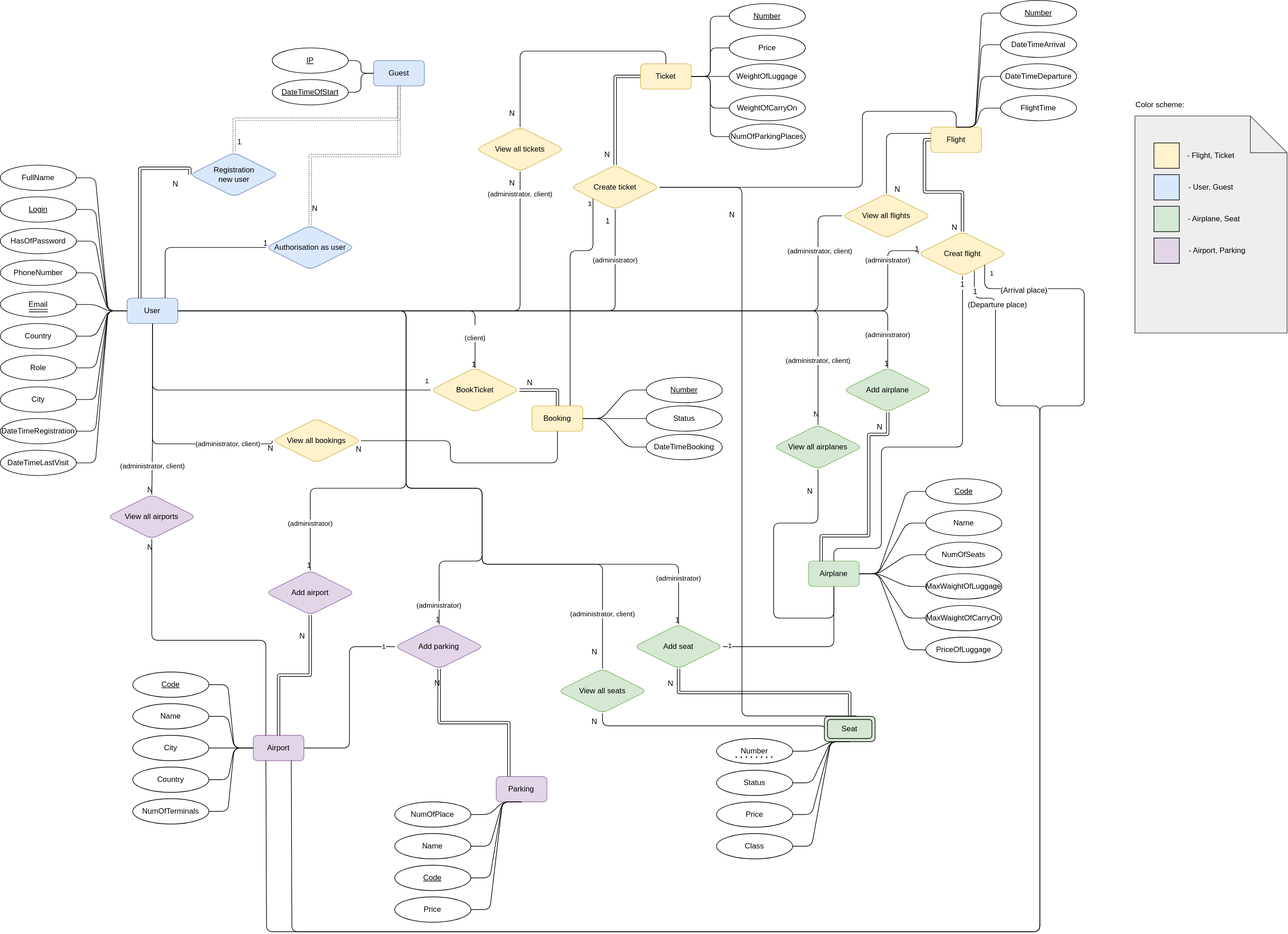
The draw.io diagram Design/Diagram/ERD.svg in Yurii404/AirplaneTicketSalesSystem, before a commit. Source tidied: cells renumbered, new cells last; positions are measured from the earlier drawing's top-left corner, leaving out a move shared by most shapes.
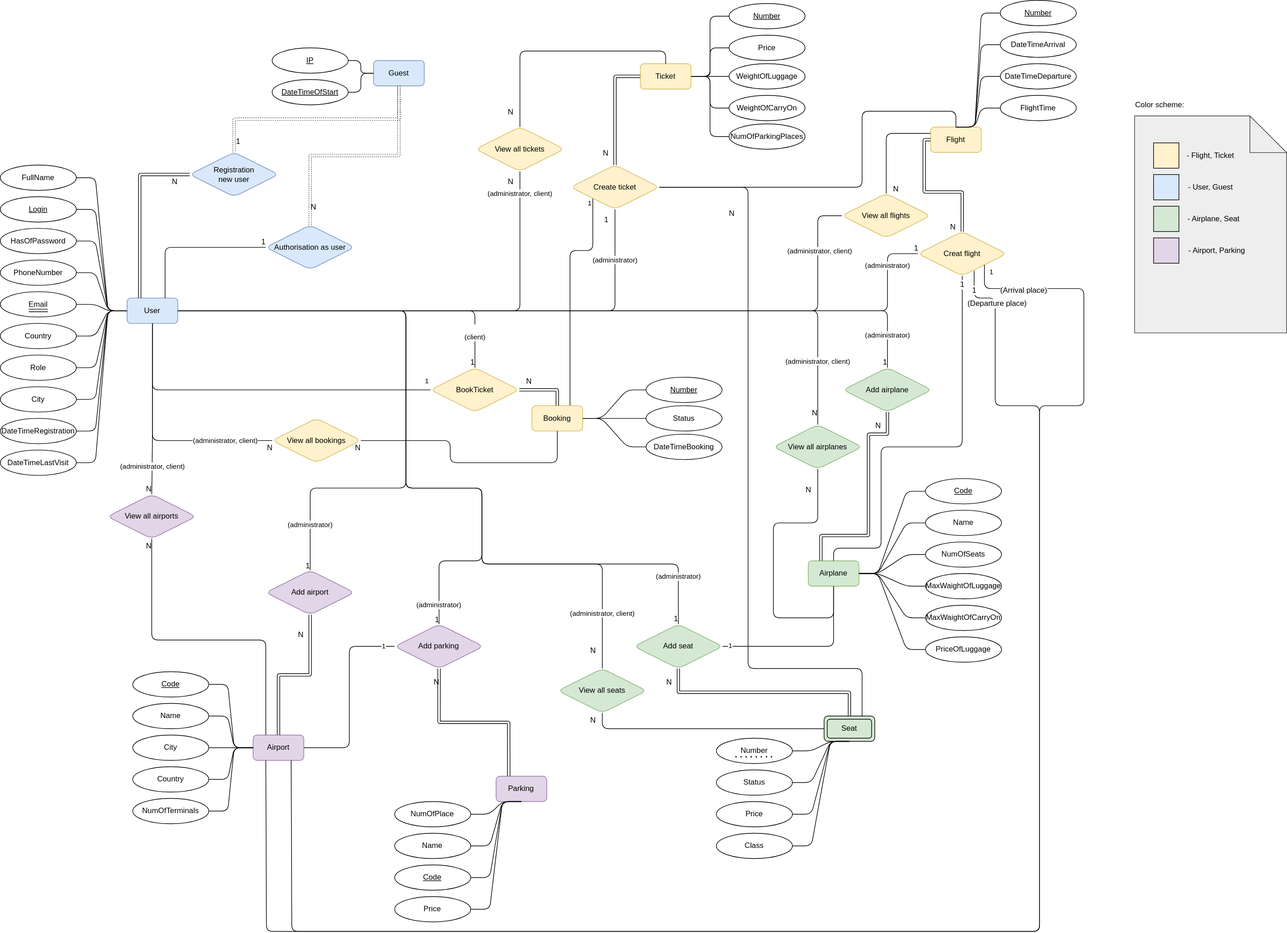
Above is the later version.

Diff of the diagram source:
```diff
@@ -54,11 +54,12 @@
     <mxCell id="16" value="Booking" style="whiteSpace=wrap;html=1;align=center;fillColor=#fff2cc;strokeColor=#d6b656;rounded=1;" parent="1" vertex="1">
       <mxGeometry x="839" y="640" width="80" height="40" as="geometry" />
     </mxCell>
-    <mxCell id="17" style="edgeStyle=orthogonalEdgeStyle;rounded=1;jettySize=auto;html=1;exitX=0.633;exitY=-0.013;exitDx=0;exitDy=0;entryX=1;entryY=0.5;entryDx=0;entryDy=0;endArrow=none;endFill=0;exitPerimeter=0;" parent="1" edge="1" source="18" target="112">
+    <mxCell id="17" style="edgeStyle=orthogonalEdgeStyle;rounded=1;jettySize=auto;html=1;entryX=1;entryY=0.5;entryDx=0;entryDy=0;endArrow=none;endFill=0;exitX=0.75;exitY=0;exitDx=0;exitDy=0;" parent="1" edge="1" source="18" target="112">
       <mxGeometry relative="1" as="geometry">
         <Array as="points">
-          <mxPoint x="1170" y="1130" />
-          <mxPoint x="1170" y="295" />
+          <mxPoint x="1360" y="1055" />
+          <mxPoint x="1180" y="1055" />
+          <mxPoint x="1180" y="295" />
         </Array>
       </mxGeometry>
     </mxCell>
@@ -314,7 +315,7 @@
     <mxCell id="101" style="shape=link;html=1;rounded=1;endArrow=none;endFill=0;exitX=0.25;exitY=0;exitDx=0;exitDy=0;entryX=0;entryY=0.5;entryDx=0;entryDy=0;edgeStyle=orthogonalEdgeStyle;" parent="1" edge="1" source="5" target="98">
       <mxGeometry relative="1" as="geometry">
         <Array as="points">
-          <mxPoint x="220" y="265" />
+          <mxPoint x="220" y="275" />
         </Array>
       </mxGeometry>
     </mxCell>
@@ -488,8 +489,7 @@
       <mxGeometry x="0.89" relative="1" as="geometry">
         <Array as="points">
           <mxPoint x="1400" y="490" />
-          <mxPoint x="1400" y="395" />
-          <mxPoint x="1448" y="395" />
+          <mxPoint x="1400" y="400" />
         </Array>
       </mxGeometry>
     </mxCell>
@@ -602,8 +602,7 @@
     <mxCell id="159" value="(administrator, client)" style="html=1;rounded=1;endArrow=none;endFill=0;edgeStyle=orthogonalEdgeStyle;exitX=0.5;exitY=1;exitDx=0;exitDy=0;entryX=0;entryY=0.5;entryDx=0;entryDy=0;" parent="1" edge="1" source="5" target="156">
       <mxGeometry x="0.6" relative="1" as="geometry">
         <Array as="points">
-          <mxPoint x="240" y="700" />
-          <mxPoint x="429" y="700" />
+          <mxPoint x="240" y="695" />
         </Array>
         <mxPoint x="1" as="offset" />
       </mxGeometry>
@@ -670,8 +669,7 @@
     <mxCell id="170" style="html=1;rounded=1;endArrow=none;endFill=0;edgeStyle=orthogonalEdgeStyle;entryX=0.5;entryY=1;entryDx=0;entryDy=0;exitX=0;exitY=0.5;exitDx=0;exitDy=0;" parent="1" edge="1" source="18" target="166">
       <mxGeometry x="0.76" relative="1" as="geometry">
         <Array as="points">
-          <mxPoint x="1300" y="1145" />
-          <mxPoint x="950" y="1145" />
+          <mxPoint x="950" y="1150" />
         </Array>
       </mxGeometry>
     </mxCell>
```
